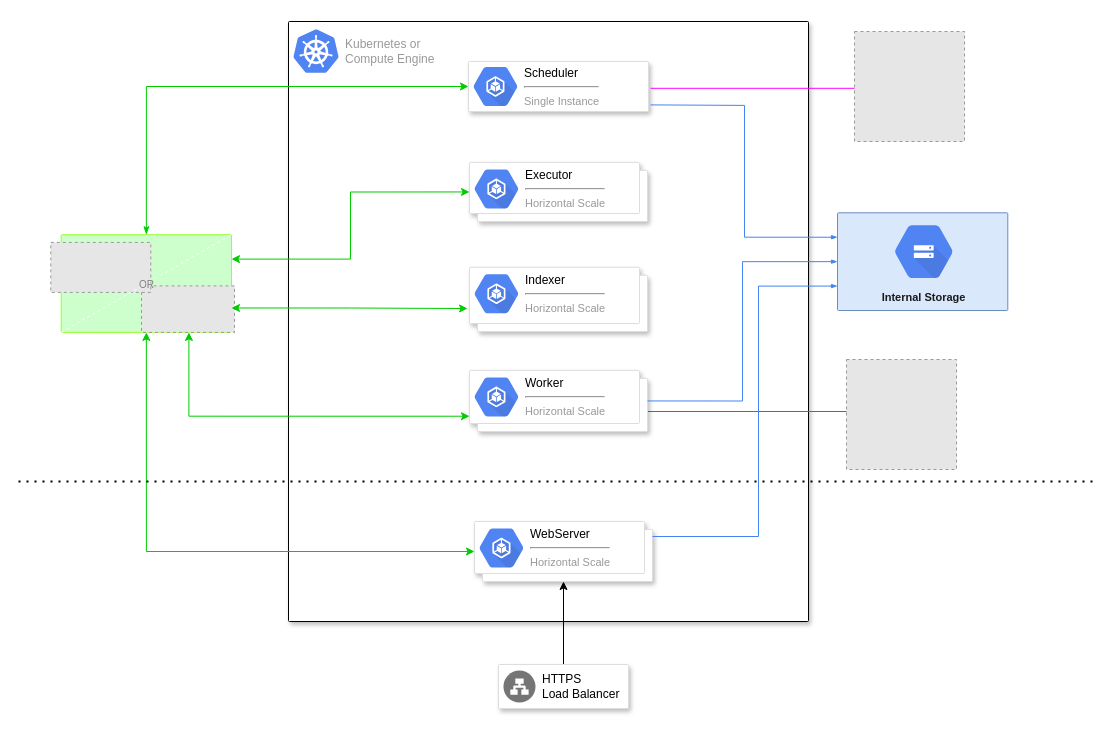
This is docs/architecture/architecture-sql.drawio from kestra-io/docs, a draw.io file, before an edit. Source tidied: cells renumbered, new cells numbered last; positions are measured from the earlier drawing's top-left corner, leaving out a move shared by most shapes. Both pictures are drawn from the tidied source at 100%, with x=0, y=0 at pixel (18, 21). Pictures stored in the file or linked from it are replaced by grey dashed boxes.
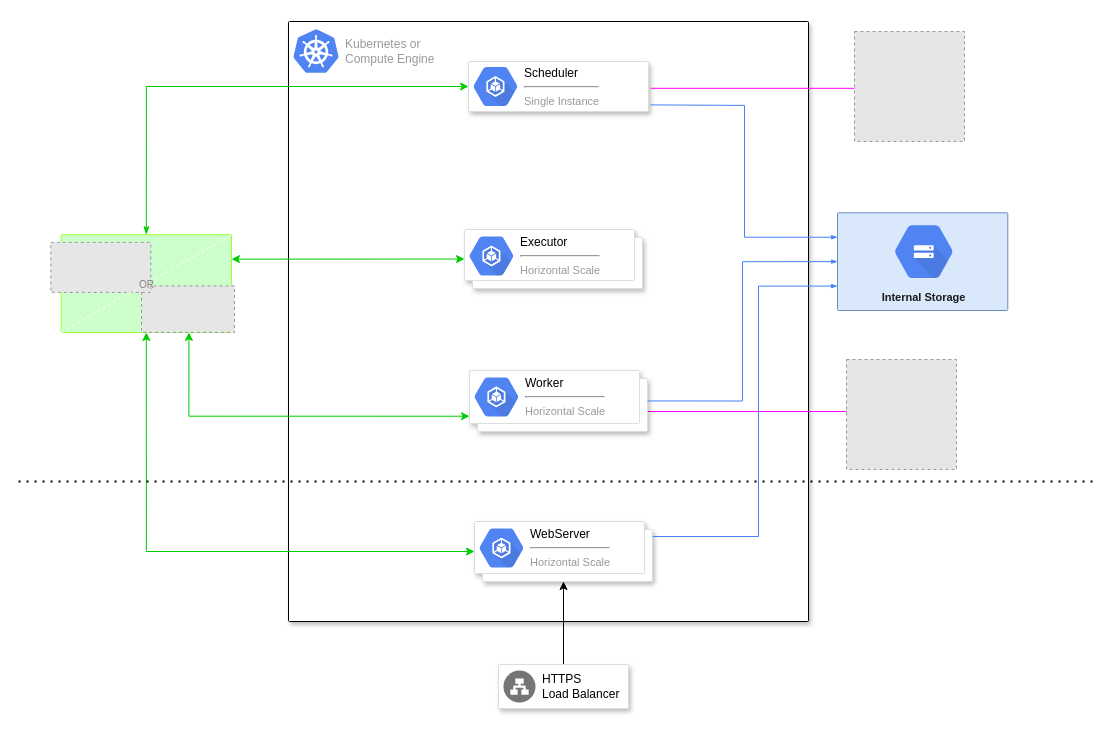
The same diagram, later.

Commit message (it also covers changes not shown here):
feat(docs): rework the architecture page

Unchanged cells that the change refers to:
```xml
<mxCell id="4" style="points=[[0,0,0],[0.25,0,0],[0.5,0,0],[0.75,0,0],[1,0,0],[1,0.25,0],[1,0.5,0],[1,0.75,0],[1,1,0],[0.75,1,0],[0.5,1,0],[0.25,1,0],[0,1,0],[0,0.75,0],[0,0.5,0],[0,0.25,0]];rounded=1;absoluteArcSize=1;arcSize=2;html=1;shadow=0;dashed=0;fontSize=12;fontColor=#9E9E9E;align=left;verticalAlign=top;spacing=10;spacingTop=-4;fillColor=#CCFFCC;strokeColor=#99FF33;" parent="3" vertex="1">
  <mxGeometry x="19.7" y="-7.7" width="170.3" height="97.7" as="geometry" />
</mxCell>
<mxCell id="9" style="shadow=1;strokeWidth=1;rounded=1;absoluteArcSize=1;arcSize=2;" parent="1" vertex="1">
  <mxGeometry x="270" width="520" height="600" as="geometry" />
</mxCell>
```

Diff of the diagram source:
```diff
@@
-    <mxCell id="13" style="shape=mxgraph.gcp2.doubleRect;strokeColor=#dddddd;shadow=1;strokeWidth=1;" parent="1" vertex="1">
-      <mxGeometry x="451" y="140.9" width="178" height="59.1" as="geometry" />
+    <mxCell id="13" style="shape=mxgraph.gcp2.doubleRect;strokeColor=#dddddd;shadow=1;strokeWidth=1;" parent="9" vertex="1">
+      <mxGeometry x="176" y="208" width="178" height="59.1" as="geometry" />
     </mxCell>
@@
-    <mxCell id="15" style="shape=mxgraph.gcp2.doubleRect;strokeColor=#dddddd;shadow=1;strokeWidth=1;" parent="1" vertex="1">
-      <mxGeometry x="451" y="245.8" width="178" height="64.2" as="geometry" />
-    </mxCell>
-    <mxCell id="16" value="&lt;font color=&quot;#000000&quot;&gt;Indexer&lt;br&gt;&lt;/font&gt;&lt;hr&gt;&lt;font style=&quot;font-size: 11px&quot;&gt;Horizontal Scale&lt;/font&gt;" style="dashed=0;html=1;fillColor=#5184F3;strokeColor=none;shape=mxgraph.gcp2.container_engine;labelPosition=right;verticalLabelPosition=middle;align=left;verticalAlign=top;spacingLeft=5;fontColor=#999999;fontSize=12;spacingTop=-8;" parent="15" vertex="1">
-      <mxGeometry width="44" height="39" relative="1" as="geometry">
-        <mxPoint x="5" y="7" as="offset" />
-      </mxGeometry>
-    </mxCell>
@@
-    <mxCell id="30" style="edgeStyle=orthogonalEdgeStyle;rounded=0;jettySize=auto;html=1;exitX=1;exitY=0.75;exitDx=0;exitDy=0;exitPerimeter=0;strokeColor=#00CC00;entryX=-0.011;entryY=0.642;entryDx=0;entryDy=0;entryPerimeter=0;startArrow=classic;startFill=1;" parent="1" edge="1" source="4" target="15">
-      <mxGeometry relative="1" as="geometry">
-        <Array as="points">
-          <mxPoint x="332" y="286" />
-        </Array>
-      </mxGeometry>
-    </mxCell>
```
